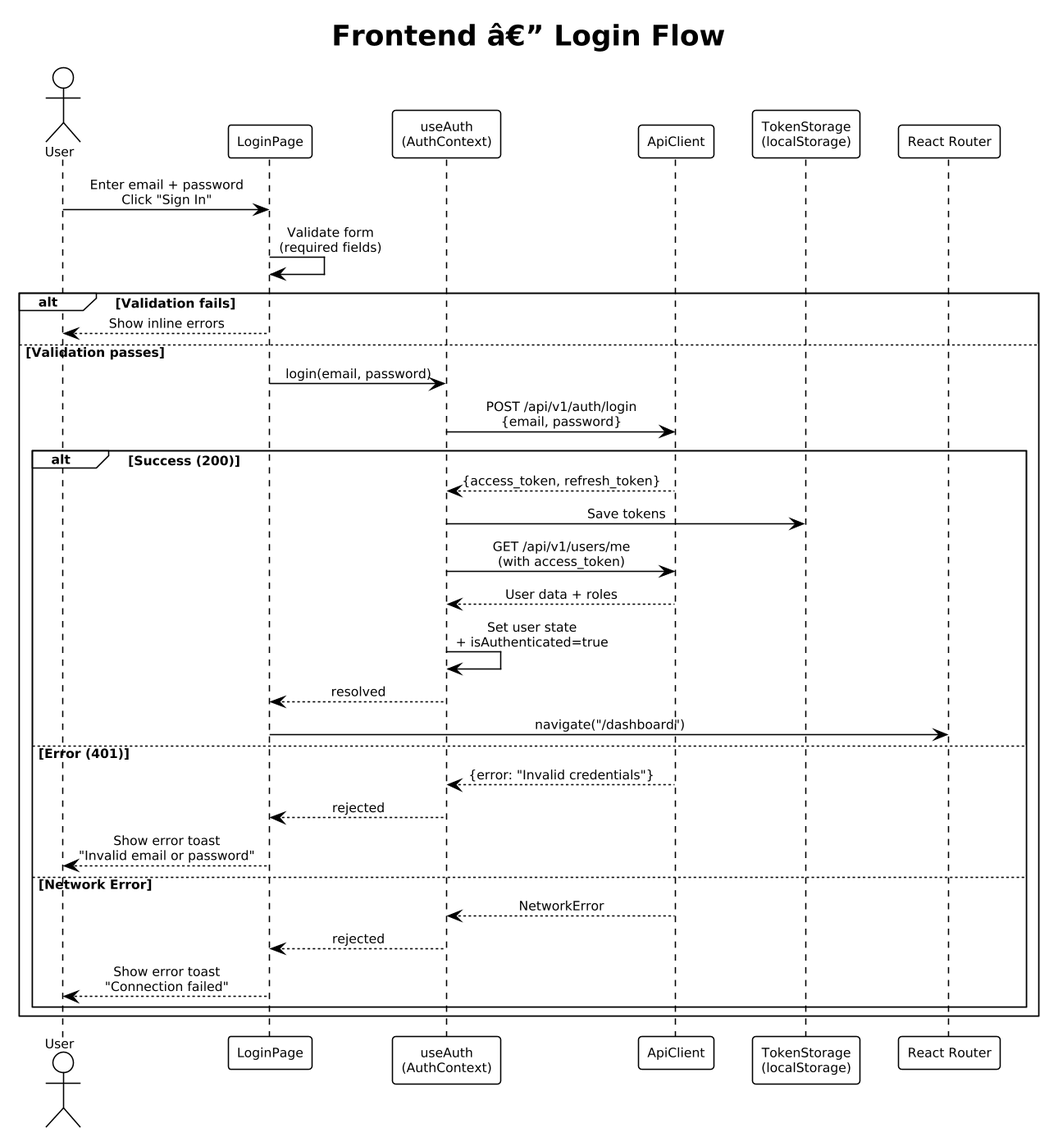
The PlantUML diagram docs/detailed-designs/diagrams/rendered/fe_seq_login.png in QuinntyneBrown/LendQ, before a commit. The source it was exported from:
```plantuml
@startuml
!theme plain
skinparam dpi 150
skinparam defaultFontSize 10
skinparam sequenceMessageAlign center

title Frontend â€” Login Flow

actor User
participant "LoginPage" as page
participant "useAuth\n(AuthContext)" as auth
participant "ApiClient" as api
participant "TokenStorage\n(localStorage)" as store
participant "React Router" as router

User -> page : Enter email + password\nClick "Sign In"
page -> page : Validate form\n(required fields)
alt Validation fails
  page --> User : Show inline errors
else Validation passes
  page -> auth : login(email, password)
  auth -> api : POST /api/v1/auth/login\n{email, password}
  alt Success (200)
    api --> auth : {access_token, refresh_token}
    auth -> store : Save tokens
    auth -> api : GET /api/v1/users/me\n(with access_token)
    api --> auth : User data + roles
    auth -> auth : Set user state\n+ isAuthenticated=true
    auth --> page : resolved
    page -> router : navigate("/dashboard")
  else Error (401)
    api --> auth : {error: "Invalid credentials"}
    auth --> page : rejected
    page --> User : Show error toast\n"Invalid email or password"
  else Network Error
    api --> auth : NetworkError
    auth --> page : rejected
    page --> User : Show error toast\n"Connection failed"
  end
end
@enduml
```
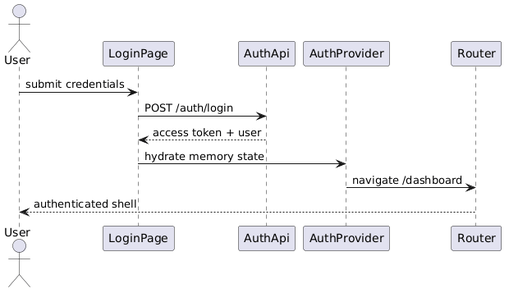
After the commit.

The edit, as a diff of the source:
```diff
@@ -1,41 +1,14 @@
 @startuml
-!theme plain
-skinparam dpi 150
-skinparam defaultFontSize 10
-skinparam sequenceMessageAlign center
+actor User
+participant LoginPage
+participant AuthApi
+participant AuthProvider
+participant Router
 
-title Frontend â€” Login Flow
-
-actor User
-participant "LoginPage" as page
-participant "useAuth\n(AuthContext)" as auth
-participant "ApiClient" as api
-participant "TokenStorage\n(localStorage)" as store
-participant "React Router" as router
-
-User -> page : Enter email + password\nClick "Sign In"
-page -> page : Validate form\n(required fields)
-alt Validation fails
-  page --> User : Show inline errors
-else Validation passes
-  page -> auth : login(email, password)
-  auth -> api : POST /api/v1/auth/login\n{email, password}
-  alt Success (200)
-    api --> auth : {access_token, refresh_token}
-    auth -> store : Save tokens
-    auth -> api : GET /api/v1/users/me\n(with access_token)
-    api --> auth : User data + roles
-    auth -> auth : Set user state\n+ isAuthenticated=true
-    auth --> page : resolved
-    page -> router : navigate("/dashboard")
-  else Error (401)
-    api --> auth : {error: "Invalid credentials"}
-    auth --> page : rejected
-    page --> User : Show error toast\n"Invalid email or password"
-  else Network Error
-    api --> auth : NetworkError
-    auth --> page : rejected
-    page --> User : Show error toast\n"Connection failed"
-  end
-end
+User -> LoginPage : submit credentials
+LoginPage -> AuthApi : POST /auth/login
+AuthApi --> LoginPage : access token + user
+LoginPage -> AuthProvider : hydrate memory state
+AuthProvider -> Router : navigate /dashboard
+Router --> User : authenticated shell
 @enduml
```
